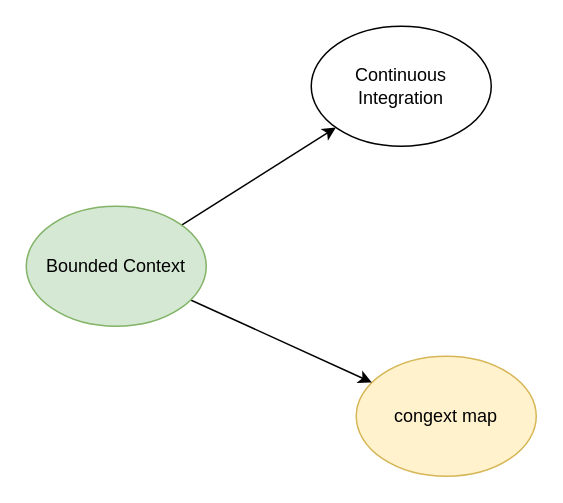
Above: Untitled Diagram.drawio in superdaxia/study (draw.io), before the change. Source tidied: cells renumbered, new cells numbered last; positions are measured from the earlier drawing's top-left corner, leaving out a move shared by most shapes. Both pictures are drawn from the tidied source at 150%, with x=0, y=0 at pixel (26, 26).
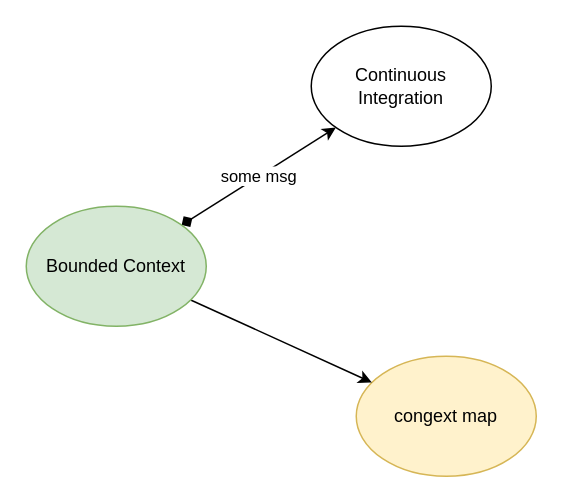
Above is the later version.

Diff of the diagram source:
```diff
@@
 <mxGraphModel>
   <root>
     <mxCell id="0" />
     <mxCell id="1" parent="0" />
     <mxCell id="2" value="congext map" style="ellipse;whiteSpace=wrap;html=1;fillColor=#fff2cc;strokeColor=#d6b656;" parent="1" vertex="1">
       <mxGeometry x="220" y="220" width="120" height="80" as="geometry" />
     </mxCell>
     <mxCell id="3" style="rounded=0;jettySize=auto;html=1;" parent="1" edge="1" source="5" target="2">
       <mxGeometry relative="1" as="geometry" />
     </mxCell>
-    <mxCell id="4" style="edgeStyle=none;rounded=0;jettySize=auto;html=1;" parent="1" edge="1" source="5" target="6">
+    <mxCell id="4" value="some msg" style="edgeStyle=none;rounded=0;jettySize=auto;html=1;startArrow=diamond;startFill=1;" parent="1" edge="1" source="5" target="6">
       <mxGeometry relative="1" as="geometry" />
     </mxCell>
     <mxCell id="5" value="Bounded Context" style="ellipse;whiteSpace=wrap;html=1;fillColor=#d5e8d4;strokeColor=#82b366;" parent="1" vertex="1">
       <mxGeometry y="120" width="120" height="80" as="geometry" />
     </mxCell>
     <mxCell id="6" value="Continuous Integration" style="ellipse;whiteSpace=wrap;html=1;" parent="1" vertex="1">
       <mxGeometry x="190" width="120" height="80" as="geometry" />
     </mxCell>
   </root>
 </mxGraphModel>
```
